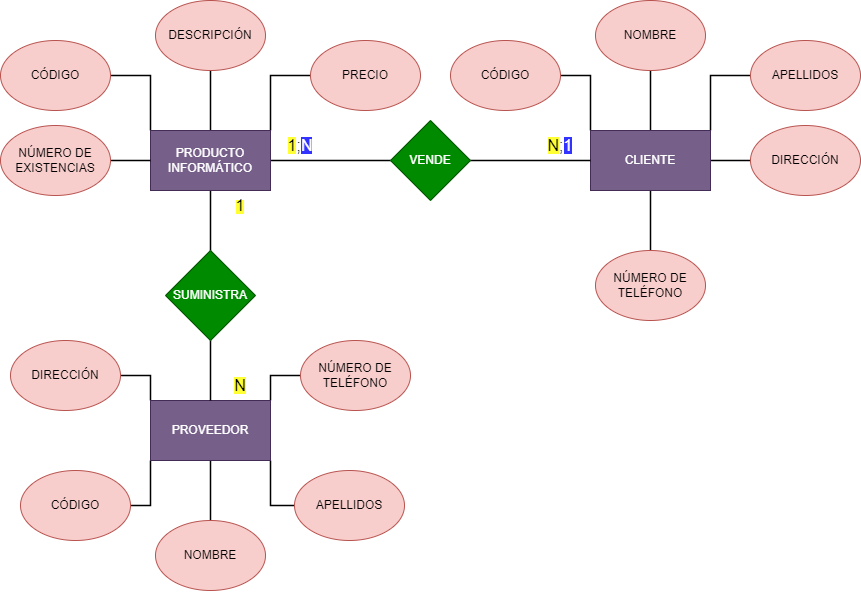
hugoperalta/stuff keeps this draw.io diagram as 3erParcial1.png. Above is the earlier version. Source tidied: cells renumbered, new cells last; positions are measured from the earlier drawing's top-left corner, leaving out a move shared by most shapes.
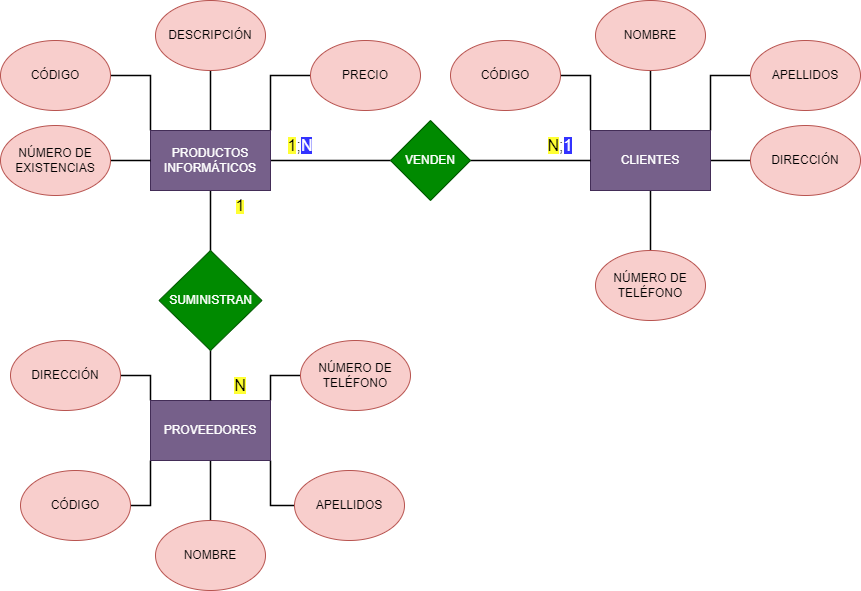
The same diagram one commit later.

What changed in the source:
```diff
@@ -17,7 +17,7 @@
     <mxCell id="6" style="edgeStyle=orthogonalEdgeStyle;rounded=0;jettySize=auto;html=1;exitX=0.5;exitY=0;exitDx=0;exitDy=0;entryX=0.5;entryY=1;entryDx=0;entryDy=0;endArrow=none;endFill=0;strokeColor=#000000;strokeWidth=1.5;" parent="1" edge="1" source="7" target="25">
       <mxGeometry relative="1" as="geometry" />
     </mxCell>
-    <mxCell id="7" value="PRODUCTO INFORMÁTICO" style="rounded=0;whiteSpace=wrap;html=1;fillColor=#76608a;fontColor=#ffffff;strokeColor=#432D57;" parent="1" vertex="1">
+    <mxCell id="7" value="PRODUCTOS INFORMÁTICOS" style="rounded=0;whiteSpace=wrap;html=1;fillColor=#76608a;fontColor=#ffffff;strokeColor=#432D57;" parent="1" vertex="1">
       <mxGeometry x="150" y="130" width="120" height="60" as="geometry" />
     </mxCell>
     <mxCell id="8" style="edgeStyle=orthogonalEdgeStyle;rounded=0;jettySize=auto;html=1;exitX=0;exitY=0;exitDx=0;exitDy=0;entryX=1;entryY=0.5;entryDx=0;entryDy=0;endArrow=none;endFill=0;strokeColor=#000000;strokeWidth=1.5;" parent="1" edge="1" source="13" target="29">
@@ -35,7 +35,7 @@
     <mxCell id="12" style="edgeStyle=orthogonalEdgeStyle;rounded=0;jettySize=auto;html=1;exitX=0.5;exitY=1;exitDx=0;exitDy=0;entryX=0.5;entryY=0;entryDx=0;entryDy=0;endArrow=none;endFill=0;strokeColor=#000000;strokeWidth=1.5;" parent="1" edge="1" source="13" target="33">
       <mxGeometry relative="1" as="geometry" />
     </mxCell>
-    <mxCell id="13" value="CLIENTE" style="rounded=0;whiteSpace=wrap;html=1;fillColor=#76608a;fontColor=#ffffff;strokeColor=#432D57;" parent="1" vertex="1">
+    <mxCell id="13" value="CLIENTES" style="rounded=0;whiteSpace=wrap;html=1;fillColor=#76608a;fontColor=#ffffff;strokeColor=#432D57;" parent="1" vertex="1">
       <mxGeometry x="590" y="130" width="120" height="60" as="geometry" />
     </mxCell>
     <mxCell id="14" style="edgeStyle=orthogonalEdgeStyle;rounded=0;jettySize=auto;html=1;exitX=0;exitY=0;exitDx=0;exitDy=0;entryX=1;entryY=0.5;entryDx=0;entryDy=0;endArrow=none;endFill=0;strokeColor=#000000;strokeWidth=1.5;" parent="1" edge="1" source="19" target="37">
@@ -61,19 +61,19 @@
     <mxCell id="18" style="edgeStyle=orthogonalEdgeStyle;rounded=0;jettySize=auto;html=1;exitX=1;exitY=1;exitDx=0;exitDy=0;entryX=0;entryY=0.5;entryDx=0;entryDy=0;endArrow=none;endFill=0;strokeColor=#000000;strokeWidth=1.5;" parent="1" edge="1" source="19" target="36">
       <mxGeometry relative="1" as="geometry" />
     </mxCell>
-    <mxCell id="19" value="PROVEEDOR" style="rounded=0;whiteSpace=wrap;html=1;fillColor=#76608a;fontColor=#ffffff;strokeColor=#432D57;" parent="1" vertex="1">
+    <mxCell id="19" value="PROVEEDORES" style="rounded=0;whiteSpace=wrap;html=1;fillColor=#76608a;fontColor=#ffffff;strokeColor=#432D57;" parent="1" vertex="1">
       <mxGeometry x="150" y="400" width="120" height="60" as="geometry" />
     </mxCell>
     <mxCell id="20" style="edgeStyle=orthogonalEdgeStyle;rounded=0;jettySize=auto;html=1;exitX=0.5;exitY=1;exitDx=0;exitDy=0;entryX=0.5;entryY=0;entryDx=0;entryDy=0;endArrow=none;endFill=0;strokeColor=#000000;strokeWidth=1.5;" parent="1" edge="1" source="21" target="19">
       <mxGeometry relative="1" as="geometry" />
     </mxCell>
-    <mxCell id="21" value="SUMINISTRA" style="rhombus;whiteSpace=wrap;html=1;fillColor=#008a00;fontColor=#ffffff;strokeColor=#005700;" parent="1" vertex="1">
-      <mxGeometry x="165" y="250" width="90" height="90" as="geometry" />
+    <mxCell id="21" value="SUMINISTRAN" style="rhombus;whiteSpace=wrap;html=1;fillColor=#008a00;fontColor=#ffffff;strokeColor=#005700;" parent="1" vertex="1">
+      <mxGeometry x="158.5" y="250" width="103" height="100" as="geometry" />
     </mxCell>
     <mxCell id="22" style="edgeStyle=orthogonalEdgeStyle;rounded=0;jettySize=auto;html=1;exitX=1;exitY=0.5;exitDx=0;exitDy=0;entryX=0;entryY=0.5;entryDx=0;entryDy=0;strokeWidth=1.5;strokeColor=#000000;endArrow=none;endFill=0;" parent="1" edge="1" source="23" target="13">
       <mxGeometry relative="1" as="geometry" />
     </mxCell>
-    <mxCell id="23" value="VENDE" style="rhombus;whiteSpace=wrap;html=1;fillColor=#008a00;fontColor=#ffffff;strokeColor=#005700;" parent="1" vertex="1">
+    <mxCell id="23" value="VENDEN" style="rhombus;whiteSpace=wrap;html=1;fillColor=#008a00;fontColor=#ffffff;strokeColor=#005700;" parent="1" vertex="1">
       <mxGeometry x="390" y="120" width="80" height="80" as="geometry" />
     </mxCell>
     <mxCell id="24" value="CÓDIGO" style="ellipse;whiteSpace=wrap;html=1;fillColor=#f8cecc;strokeColor=#b85450;" parent="1" vertex="1">
```
